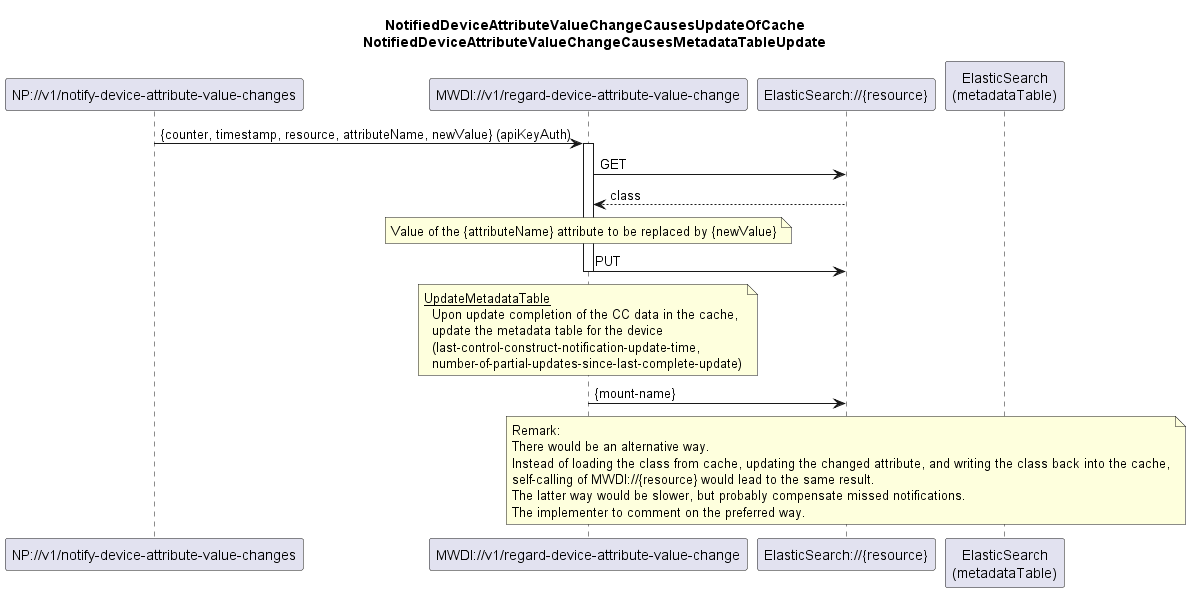
Above: spec/diagrams/023_NotificationBasedAttributeUpdate.png in openBackhaul/MicroWaveDeviceInventory (PlantUML), before the change.
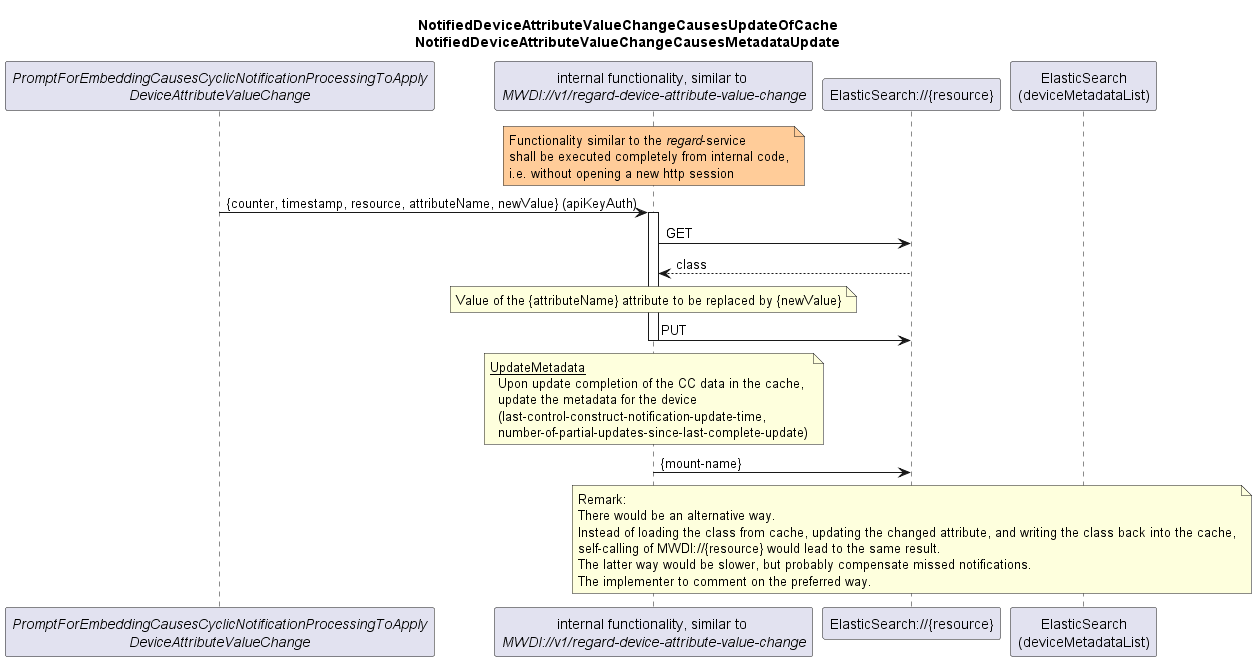
Above is the later version.

Diff of the diagram source:
```diff
@@ -3,15 +3,21 @@
 
 title
   NotifiedDeviceAttributeValueChangeCausesUpdateOfCache
-  NotifiedDeviceAttributeValueChangeCausesMetadataTableUpdate
+  NotifiedDeviceAttributeValueChangeCausesMetadataUpdate
 end title
 
-participant "NP://v1/notify-device-attribute-value-changes" as subscription
-participant "MWDI://v1/regard-device-attribute-value-change" as regardAttributeChange
+participant "<i>PromptForEmbeddingCausesCyclicNotificationProcessingToApply</i>\n<i>DeviceAttributeValueChange</i>" as init
+participant "internal functionality, similar to \n<i>MWDI://v1/regard-device-attribute-value-change</i>" as regardAttributeChange
 participant "ElasticSearch://{resource}" as es
-participant "ElasticSearch\n(metadataTable)" as mtab
+participant "ElasticSearch\n(deviceMetadataList)" as mtab
 
-subscription -> regardAttributeChange: {counter, timestamp, resource, attributeName, newValue} (apiKeyAuth)
+note over regardAttributeChange #ffcc99
+  Functionality similar to the <i>regard</i>-service
+  shall be executed completely from internal code,
+  i.e. without opening a new http session
+end note
+
+init -> regardAttributeChange: {counter, timestamp, resource, attributeName, newValue} (apiKeyAuth)
 activate regardAttributeChange
 
 regardAttributeChange -> es: GET
@@ -25,9 +31,9 @@
 deactivate regardAttributeChange
 
 note over regardAttributeChange
-  <u>UpdateMetadataTable</u>
+  <u>UpdateMetadata</u>
     Upon update completion of the CC data in the cache,
-    update the metadata table for the device
+    update the metadata for the device
     (last-control-construct-notification-update-time,
     number-of-partial-updates-since-last-complete-update)
 end note
```
